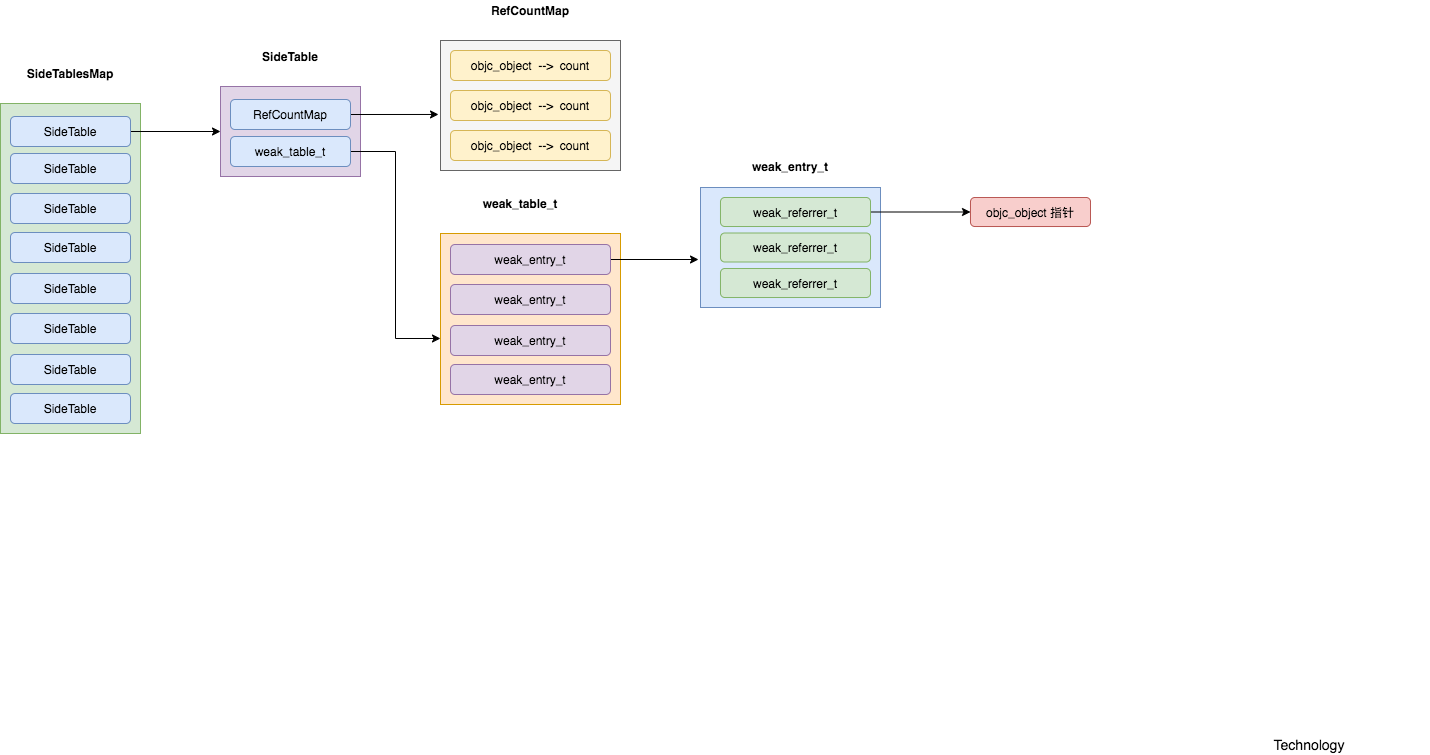
The draw.io diagram img/SideTable.png in muhlenXi/blog-images, before a commit. Source tidied: cells renumbered, new cells last; positions are measured from the earlier drawing's top-left corner, leaving out a move shared by most shapes.
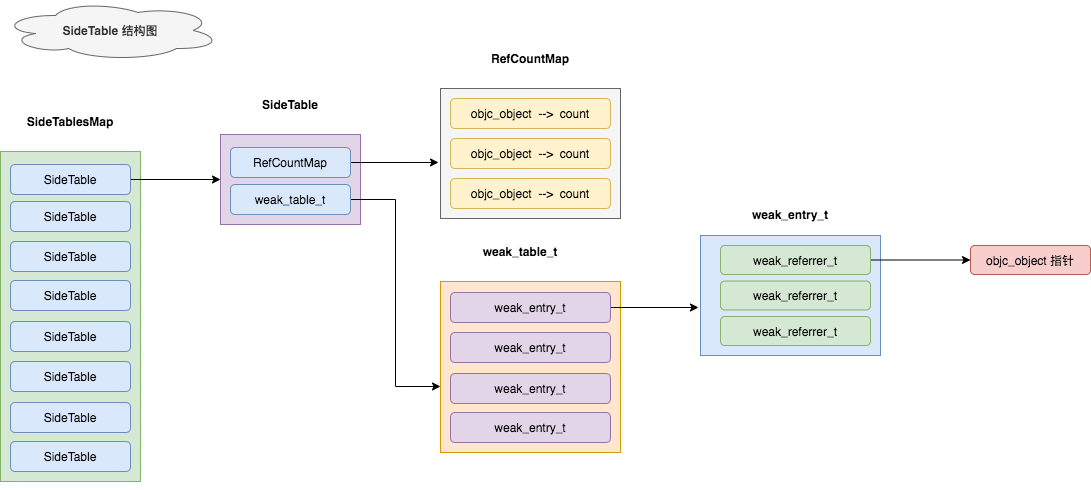
Later version of the same file.

What changed in the source:
```diff
@@ -8,9 +8,6 @@
     <mxCell id="3" style="whiteSpace=wrap;html=1;strokeColor=#82b366;strokeWidth=1;fillColor=#d5e8d4;fontSize=14;" parent="1" vertex="1">
       <mxGeometry y="103" width="140" height="330" as="geometry" />
     </mxCell>
-    <mxCell id="4" value="Technology" style="text;html=1;strokeColor=none;fillColor=none;align=center;verticalAlign=middle;whiteSpace=wrap;fontSize=14;" parent="1" vertex="1">
-      <mxGeometry x="1189" y="734" width="240" height="20" as="geometry" />
-    </mxCell>
     <mxCell id="5" style="edgeStyle=orthogonalEdgeStyle;rounded=0;jettySize=auto;html=1;exitX=1;exitY=0.5;exitDx=0;exitDy=0;entryX=0;entryY=0.5;entryDx=0;entryDy=0;" parent="1" edge="1" source="6" target="15">
       <mxGeometry relative="1" as="geometry" />
     </mxCell>
@@ -116,5 +113,8 @@
     <mxCell id="39" value="objc_object 指针" style="rounded=1;whiteSpace=wrap;html=1;fillColor=#f8cecc;strokeColor=#b85450;" parent="1" vertex="1">
       <mxGeometry x="970" y="197" width="120" height="29" as="geometry" />
     </mxCell>
+    <mxCell id="40" value="&lt;b&gt;SideTable 结构图&lt;/b&gt;" style="ellipse;shape=cloud;whiteSpace=wrap;html=1;fillColor=#f5f5f5;strokeColor=#666666;fontColor=#333333;" parent="1" vertex="1">
+      <mxGeometry y="-48" width="220" height="60" as="geometry" />
+    </mxCell>
   </root>
 </mxGraphModel>
```
